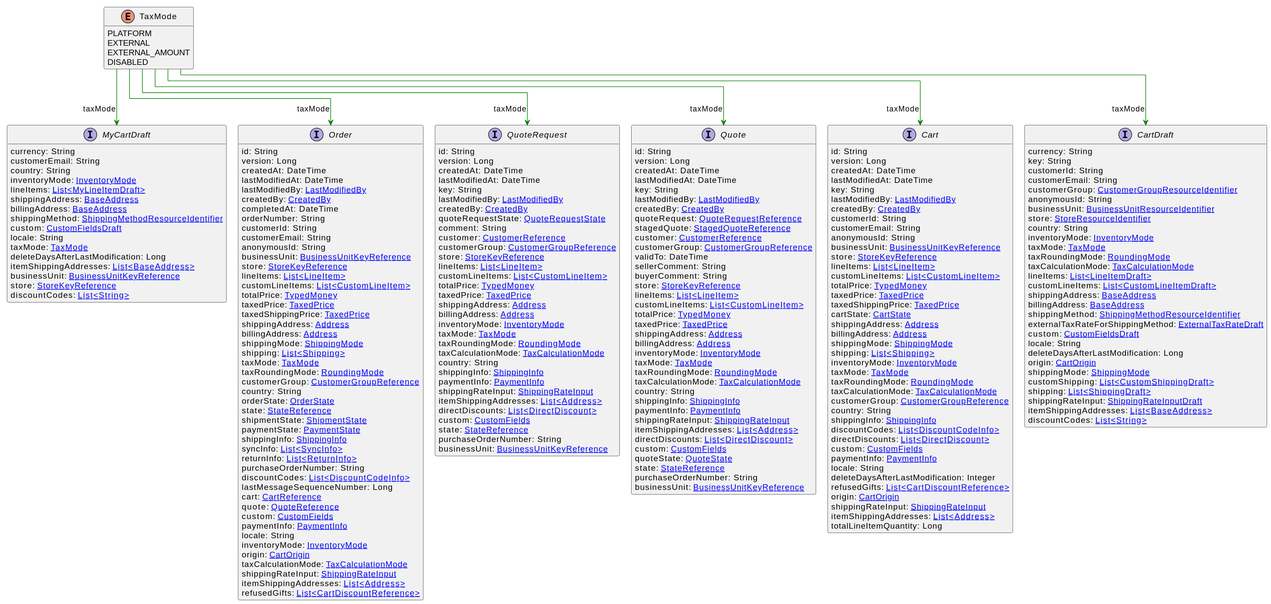
Above: uml/api/svg/TaxMode.svg in commercetools/commercetools-api-reference (PlantUML), before the change.
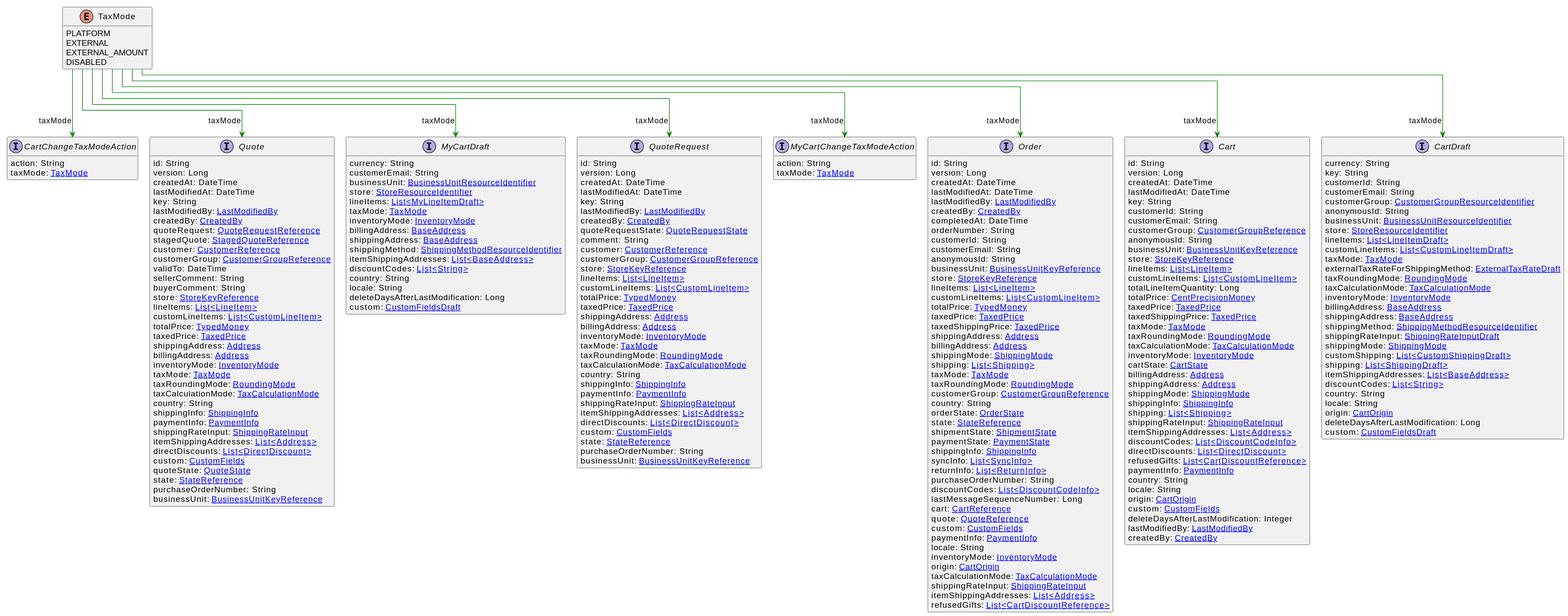
Above is the later version.

What changed in the source:
```diff
@@ -13,41 +13,41 @@
     createdAt: DateTime
     lastModifiedAt: DateTime
     key: String
-    lastModifiedBy: [[LastModifiedBy.svg LastModifiedBy]]
-    createdBy: [[CreatedBy.svg CreatedBy]]
     customerId: String
     customerEmail: String
+    customerGroup: [[CustomerGroupReference.svg CustomerGroupReference]]
     anonymousId: String
     businessUnit: [[BusinessUnitKeyReference.svg BusinessUnitKeyReference]]
     store: [[StoreKeyReference.svg StoreKeyReference]]
     lineItems: [[LineItem.svg List<LineItem>]]
     customLineItems: [[CustomLineItem.svg List<CustomLineItem>]]
-    totalPrice: [[TypedMoney.svg TypedMoney]]
+    totalLineItemQuantity: Long
+    totalPrice: [[CentPrecisionMoney.svg CentPrecisionMoney]]
     taxedPrice: [[TaxedPrice.svg TaxedPrice]]
     taxedShippingPrice: [[TaxedPrice.svg TaxedPrice]]
-    cartState: [[CartState.svg CartState]]
-    shippingAddress: [[Address.svg Address]]
-    billingAddress: [[Address.svg Address]]
-    shippingMode: [[ShippingMode.svg ShippingMode]]
-    shipping: [[Shipping.svg List<Shipping>]]
-    inventoryMode: [[InventoryMode.svg InventoryMode]]
     taxMode: [[TaxMode.svg TaxMode]]
     taxRoundingMode: [[RoundingMode.svg RoundingMode]]
     taxCalculationMode: [[TaxCalculationMode.svg TaxCalculationMode]]
-    customerGroup: [[CustomerGroupReference.svg CustomerGroupReference]]
-    country: String
+    inventoryMode: [[InventoryMode.svg InventoryMode]]
+    cartState: [[CartState.svg CartState]]
+    billingAddress: [[Address.svg Address]]
+    shippingAddress: [[Address.svg Address]]
+    shippingMode: [[ShippingMode.svg ShippingMode]]
     shippingInfo: [[ShippingInfo.svg ShippingInfo]]
+    shipping: [[Shipping.svg List<Shipping>]]
+    shippingRateInput: [[ShippingRateInput.svg ShippingRateInput]]
+    itemShippingAddresses: [[Address.svg List<Address>]]
     discountCodes: [[DiscountCodeInfo.svg List<DiscountCodeInfo>]]
     directDiscounts: [[DirectDiscount.svg List<DirectDiscount>]]
+    refusedGifts: [[CartDiscountReference.svg List<CartDiscountReference>]]
+    paymentInfo: [[PaymentInfo.svg PaymentInfo]]
+    country: String
+    locale: String
+    origin: [[CartOrigin.svg CartOrigin]]
     custom: [[CustomFields.svg CustomFields]]
-    paymentInfo: [[PaymentInfo.svg PaymentInfo]]
-    locale: String
     deleteDaysAfterLastModification: Integer
-    refusedGifts: [[CartDiscountReference.svg List<CartDiscountReference>]]
-    origin: [[CartOrigin.svg CartOrigin]]
-    shippingRateInput: [[ShippingRateInput.svg ShippingRateInput]]
-    itemShippingAddresses: [[Address.svg List<Address>]]
-    totalLineItemQuantity: Long
+    lastModifiedBy: [[LastModifiedBy.svg LastModifiedBy]]
+    createdBy: [[CreatedBy.svg CreatedBy]]
 }
 interface CartDraft [[CartDraft.svg]]  {
     currency: String
@@ -58,45 +58,53 @@
     anonymousId: String
     businessUnit: [[BusinessUnitResourceIdentifier.svg BusinessUnitResourceIdentifier]]
     store: [[StoreResourceIdentifier.svg StoreResourceIdentifier]]
-    country: String
-    inventoryMode: [[InventoryMode.svg InventoryMode]]
+    lineItems: [[LineItemDraft.svg List<LineItemDraft>]]
+    customLineItems: [[CustomLineItemDraft.svg List<CustomLineItemDraft>]]
     taxMode: [[TaxMode.svg TaxMode]]
+    externalTaxRateForShippingMethod: [[ExternalTaxRateDraft.svg ExternalTaxRateDraft]]
     taxRoundingMode: [[RoundingMode.svg RoundingMode]]
     taxCalculationMode: [[TaxCalculationMode.svg TaxCalculationMode]]
-    lineItems: [[LineItemDraft.svg List<LineItemDraft>]]
-    customLineItems: [[CustomLineItemDraft.svg List<CustomLineItemDraft>]]
+    inventoryMode: [[InventoryMode.svg InventoryMode]]
+    billingAddress: [[BaseAddress.svg BaseAddress]]
     shippingAddress: [[BaseAddress.svg BaseAddress]]
-    billingAddress: [[BaseAddress.svg BaseAddress]]
     shippingMethod: [[ShippingMethodResourceIdentifier.svg ShippingMethodResourceIdentifier]]
-    externalTaxRateForShippingMethod: [[ExternalTaxRateDraft.svg ExternalTaxRateDraft]]
-    custom: [[CustomFieldsDraft.svg CustomFieldsDraft]]
-    locale: String
-    deleteDaysAfterLastModification: Long
-    origin: [[CartOrigin.svg CartOrigin]]
+    shippingRateInput: [[ShippingRateInputDraft.svg ShippingRateInputDraft]]
     shippingMode: [[ShippingMode.svg ShippingMode]]
     customShipping: [[CustomShippingDraft.svg List<CustomShippingDraft>]]
     shipping: [[ShippingDraft.svg List<ShippingDraft>]]
-    shippingRateInput: [[ShippingRateInputDraft.svg ShippingRateInputDraft]]
     itemShippingAddresses: [[BaseAddress.svg List<BaseAddress>]]
     discountCodes: [[String.svg List<String>]]
+    country: String
+    locale: String
+    origin: [[CartOrigin.svg CartOrigin]]
+    deleteDaysAfterLastModification: Long
+    custom: [[CustomFieldsDraft.svg CustomFieldsDraft]]
+}
+interface CartChangeTaxModeAction [[CartChangeTaxModeAction.svg]]  {
+    action: String
+    taxMode: [[TaxMode.svg TaxMode]]
 }
 interface MyCartDraft [[MyCartDraft.svg]]  {
     currency: String
     customerEmail: String
+    businessUnit: [[BusinessUnitResourceIdentifier.svg BusinessUnitResourceIdentifier]]
+    store: [[StoreResourceIdentifier.svg StoreResourceIdentifier]]
+    lineItems: [[MyLineItemDraft.svg List<MyLineItemDraft>]]
+    taxMode: [[TaxMode.svg TaxMode]]
+    inventoryMode: [[InventoryMode.svg InventoryMode]]
+    billingAddress: [[BaseAddress.svg BaseAddress]]
+    shippingAddress: [[BaseAddress.svg BaseAddress]]
+    shippingMethod: [[ShippingMethodResourceIdentifier.svg ShippingMethodResourceIdentifier]]
+    itemShippingAddresses: [[BaseAddress.svg List<BaseAddress>]]
+    discountCodes: [[String.svg List<String>]]
     country: String
-    inventoryMode: [[InventoryMode.svg InventoryMode]]
-    lineItems: [[MyLineItemDraft.svg List<MyLineItemDraft>]]
-    shippingAddress: [[BaseAddress.svg BaseAddress]]
-    billingAddress: [[BaseAddress.svg BaseAddress]]
-    shippingMethod: [[ShippingMethodResourceIdentifier.svg ShippingMethodResourceIdentifier]]
+    locale: String
+    deleteDaysAfterLastModification: Long
     custom: [[CustomFieldsDraft.svg CustomFieldsDraft]]
-    locale: String
+}
+interface MyCartChangeTaxModeAction [[MyCartChangeTaxModeAction.svg]]  {
+    action: String
     taxMode: [[TaxMode.svg TaxMode]]
-    deleteDaysAfterLastModification: Long
-    itemShippingAddresses: [[BaseAddress.svg List<BaseAddress>]]
-    businessUnit: [[BusinessUnitKeyReference.svg BusinessUnitKeyReference]]
-    store: [[StoreKeyReference.svg StoreKeyReference]]
-    discountCodes: [[String.svg List<String>]]
 }
 interface Order [[Order.svg]]  {
     id: String
@@ -221,7 +229,9 @@
 }
 TaxMode --> Cart #green;text:green : "taxMode"
 TaxMode --> CartDraft #green;text:green : "taxMode"
+TaxMode --> CartChangeTaxModeAction #green;text:green : "taxMode"
 TaxMode --> MyCartDraft #green;text:green : "taxMode"
+TaxMode --> MyCartChangeTaxModeAction #green;text:green : "taxMode"
 TaxMode --> Order #green;text:green : "taxMode"
 TaxMode --> QuoteRequest #green;text:green : "taxMode"
 TaxMode --> Quote #green;text:green : "taxMode"
```
